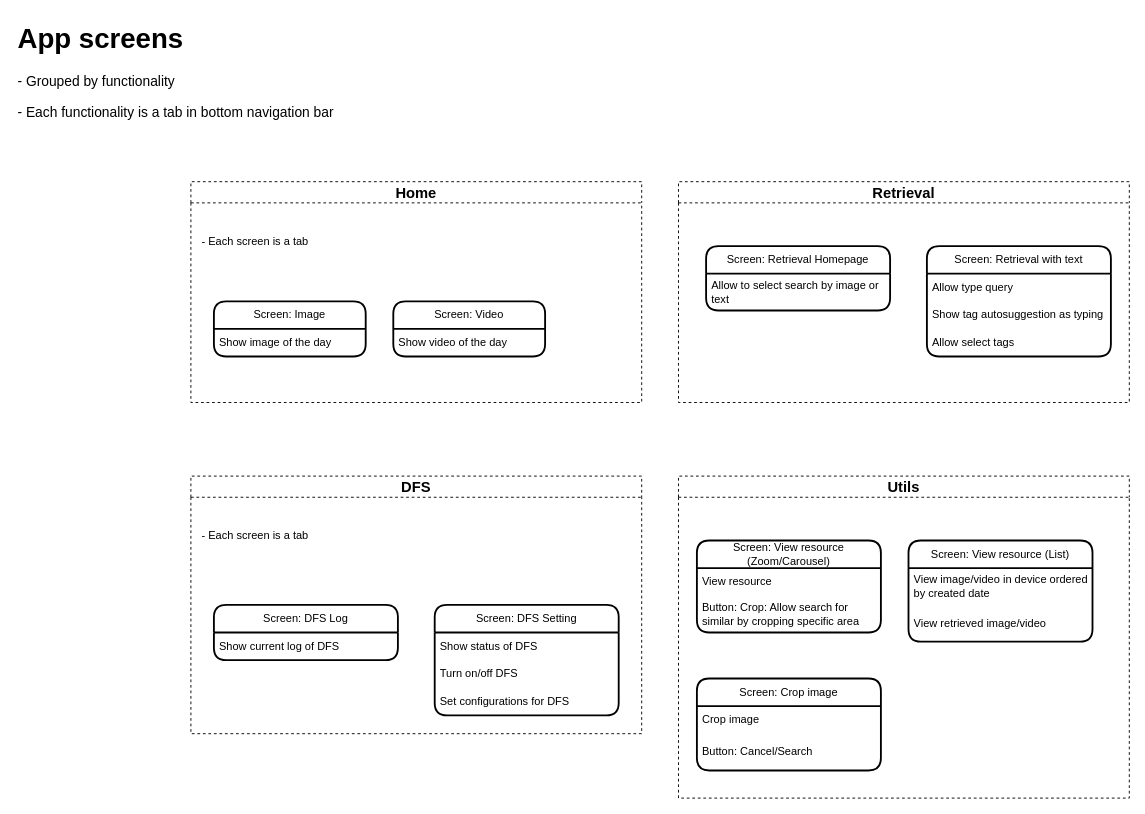
Before: page "app-routes" (2 of 7) of front-end/design.drawio in hoanghl/xbutler-document, a draw.io diagram. Source tidied: cells renumbered, new cells numbered last; positions are measured from the earlier drawing's top-left corner, leaving out a move shared by most shapes. Both pictures are drawn from the tidied source at 92%, with x=0, y=0 at pixel (16, 16).
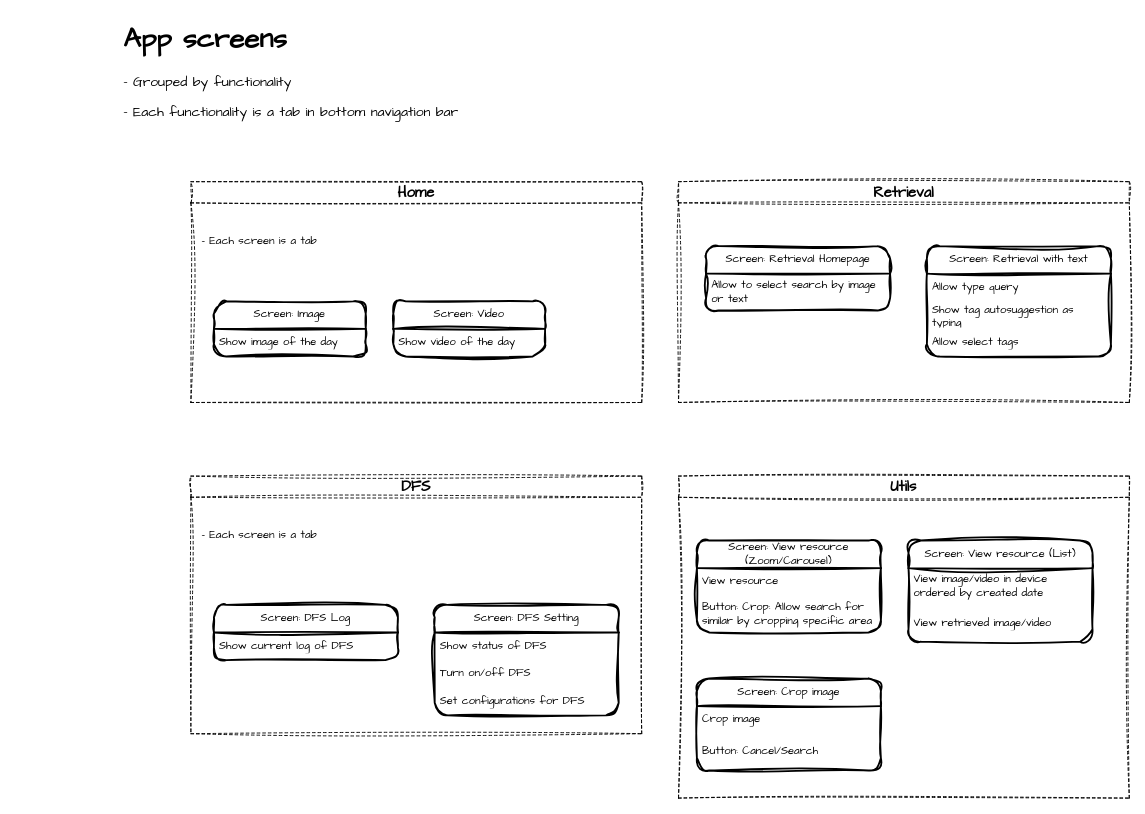
The same diagram, later.

Diff of the diagram source:
```diff
@@
-    <mxCell id="2" value="&lt;font style=&quot;font-size: 16px;&quot;&gt;DFS&lt;/font&gt;" style="swimlane;whiteSpace=wrap;html=1;strokeWidth=1;dashed=1;" parent="1" vertex="1">
+    <mxCell id="2" value="&lt;font style=&quot;font-size: 16px;&quot;&gt;DFS&lt;/font&gt;" style="swimlane;whiteSpace=wrap;html=1;strokeWidth=1;dashed=1;sketch=1;curveFitting=1;jiggle=2;fontFamily=Architects Daughter;" parent="1" vertex="1">
       <mxGeometry x="190" y="500" width="490" height="280" as="geometry" />
     </mxCell>
-    <mxCell id="3" value="Screen: DFS Log" style="swimlane;fontStyle=0;horizontal=1;startSize=30;whiteSpace=wrap;html=1;strokeWidth=2;rounded=1;" parent="2" vertex="1">
+    <mxCell id="3" value="Screen: DFS Log" style="swimlane;fontStyle=0;horizontal=1;startSize=30;whiteSpace=wrap;html=1;strokeWidth=2;rounded=1;sketch=1;curveFitting=1;jiggle=2;fontFamily=Architects Daughter;" parent="2" vertex="1">
       <mxGeometry x="25" y="140" width="200" height="60" as="geometry" />
     </mxCell>
-    <mxCell id="4" value="Show current log of DFS" style="text;strokeColor=none;fillColor=none;align=left;verticalAlign=middle;spacingLeft=4;spacingRight=4;overflow=hidden;whiteSpace=wrap;html=1;" parent="3" vertex="1">
+    <mxCell id="4" value="Show current log of DFS" style="text;strokeColor=none;fillColor=none;align=left;verticalAlign=middle;spacingLeft=4;spacingRight=4;overflow=hidden;whiteSpace=wrap;html=1;sketch=1;curveFitting=1;jiggle=2;fontFamily=Architects Daughter;" parent="3" vertex="1">
       <mxGeometry y="30" width="200" height="30" as="geometry" />
     </mxCell>
-    <mxCell id="5" value="Screen: DFS Setting" style="swimlane;fontStyle=0;horizontal=1;startSize=30;whiteSpace=wrap;html=1;strokeWidth=2;rounded=1;" parent="2" vertex="1">
+    <mxCell id="5" value="Screen: DFS Setting" style="swimlane;fontStyle=0;horizontal=1;startSize=30;whiteSpace=wrap;html=1;strokeWidth=2;rounded=1;sketch=1;curveFitting=1;jiggle=2;fontFamily=Architects Daughter;" parent="2" vertex="1">
       <mxGeometry x="265" y="140" width="200" height="120" as="geometry" />
     </mxCell>
-    <mxCell id="6" value="Show status of DFS" style="text;strokeColor=none;fillColor=none;align=left;verticalAlign=middle;spacingLeft=4;spacingRight=4;overflow=hidden;whiteSpace=wrap;html=1;" parent="5" vertex="1">
+    <mxCell id="6" value="Show status of DFS" style="text;strokeColor=none;fillColor=none;align=left;verticalAlign=middle;spacingLeft=4;spacingRight=4;overflow=hidden;whiteSpace=wrap;html=1;sketch=1;curveFitting=1;jiggle=2;fontFamily=Architects Daughter;" parent="5" vertex="1">
       <mxGeometry y="30" width="200" height="30" as="geometry" />
     </mxCell>
-    <mxCell id="7" value="Turn on/off DFS" style="text;strokeColor=none;fillColor=none;align=left;verticalAlign=middle;spacingLeft=4;spacingRight=4;overflow=hidden;whiteSpace=wrap;html=1;" parent="5" vertex="1">
+    <mxCell id="7" value="Turn on/off DFS" style="text;strokeColor=none;fillColor=none;align=left;verticalAlign=middle;spacingLeft=4;spacingRight=4;overflow=hidden;whiteSpace=wrap;html=1;sketch=1;curveFitting=1;jiggle=2;fontFamily=Architects Daughter;" parent="5" vertex="1">
       <mxGeometry y="60" width="200" height="30" as="geometry" />
     </mxCell>
-    <mxCell id="8" value="Set configurations for DFS" style="text;strokeColor=none;fillColor=none;align=left;verticalAlign=middle;spacingLeft=4;spacingRight=4;overflow=hidden;whiteSpace=wrap;html=1;" parent="5" vertex="1">
+    <mxCell id="8" value="Set configurations for DFS" style="text;strokeColor=none;fillColor=none;align=left;verticalAlign=middle;spacingLeft=4;spacingRight=4;overflow=hidden;whiteSpace=wrap;html=1;sketch=1;curveFitting=1;jiggle=2;fontFamily=Architects Daughter;" parent="5" vertex="1">
       <mxGeometry y="90" width="200" height="30" as="geometry" />
     </mxCell>
-    <mxCell id="9" value="- Each screen is a tab" style="text;html=1;align=left;verticalAlign=middle;whiteSpace=wrap;rounded=0;" parent="2" vertex="1">
+    <mxCell id="9" value="- Each screen is a tab" style="text;html=1;align=left;verticalAlign=middle;whiteSpace=wrap;rounded=0;sketch=1;curveFitting=1;jiggle=2;fontFamily=Architects Daughter;" parent="2" vertex="1">
       <mxGeometry x="10" y="30" width="470" height="70" as="geometry" />
     </mxCell>
-    <mxCell id="10" value="&lt;font style=&quot;font-size: 16px;&quot;&gt;Home&lt;/font&gt;" style="swimlane;whiteSpace=wrap;html=1;strokeWidth=1;dashed=1;" parent="1" vertex="1">
+    <mxCell id="10" value="&lt;font style=&quot;font-size: 16px;&quot;&gt;Home&lt;/font&gt;" style="swimlane;whiteSpace=wrap;html=1;strokeWidth=1;dashed=1;sketch=1;curveFitting=1;jiggle=2;fontFamily=Architects Daughter;" parent="1" vertex="1">
       <mxGeometry x="190" y="180" width="490" height="240" as="geometry" />
     </mxCell>
-    <mxCell id="11" value="Screen: Image" style="swimlane;fontStyle=0;horizontal=1;startSize=30;whiteSpace=wrap;html=1;strokeWidth=2;rounded=1;" parent="10" vertex="1">
+    <mxCell id="11" value="Screen: Image" style="swimlane;fontStyle=0;horizontal=1;startSize=30;whiteSpace=wrap;html=1;strokeWidth=2;rounded=1;sketch=1;curveFitting=1;jiggle=2;fontFamily=Architects Daughter;" parent="10" vertex="1">
       <mxGeometry x="25" y="130" width="165" height="60" as="geometry" />
     </mxCell>
-    <mxCell id="12" value="Show image of the day" style="text;strokeColor=none;fillColor=none;align=left;verticalAlign=middle;spacingLeft=4;spacingRight=4;overflow=hidden;whiteSpace=wrap;html=1;" parent="11" vertex="1">
+    <mxCell id="12" value="Show image of the day" style="text;strokeColor=none;fillColor=none;align=left;verticalAlign=middle;spacingLeft=4;spacingRight=4;overflow=hidden;whiteSpace=wrap;html=1;sketch=1;curveFitting=1;jiggle=2;fontFamily=Architects Daughter;" parent="11" vertex="1">
       <mxGeometry y="30" width="165" height="30" as="geometry" />
     </mxCell>
-    <mxCell id="13" value="Screen: Video" style="swimlane;fontStyle=0;horizontal=1;startSize=30;whiteSpace=wrap;html=1;strokeWidth=2;rounded=1;" parent="10" vertex="1">
+    <mxCell id="13" value="Screen: Video" style="swimlane;fontStyle=0;horizontal=1;startSize=30;whiteSpace=wrap;html=1;strokeWidth=2;rounded=1;sketch=1;curveFitting=1;jiggle=2;fontFamily=Architects Daughter;" parent="10" vertex="1">
       <mxGeometry x="220" y="130" width="165" height="60" as="geometry" />
     </mxCell>
-    <mxCell id="14" value="Show video of the day" style="text;strokeColor=none;fillColor=none;align=left;verticalAlign=middle;spacingLeft=4;spacingRight=4;overflow=hidden;whiteSpace=wrap;html=1;" parent="13" vertex="1">
+    <mxCell id="14" value="Show video of the day" style="text;strokeColor=none;fillColor=none;align=left;verticalAlign=middle;spacingLeft=4;spacingRight=4;overflow=hidden;whiteSpace=wrap;html=1;sketch=1;curveFitting=1;jiggle=2;fontFamily=Architects Daughter;" parent="13" vertex="1">
       <mxGeometry y="30" width="165" height="30" as="geometry" />
     </mxCell>
-    <mxCell id="15" value="- Each screen is a tab" style="text;html=1;align=left;verticalAlign=middle;whiteSpace=wrap;rounded=0;" parent="10" vertex="1">
+    <mxCell id="15" value="- Each screen is a tab" style="text;html=1;align=left;verticalAlign=middle;whiteSpace=wrap;rounded=0;sketch=1;curveFitting=1;jiggle=2;fontFamily=Architects Daughter;" parent="10" vertex="1">
       <mxGeometry x="10" y="30" width="480" height="70" as="geometry" />
     </mxCell>
-    <mxCell id="16" value="&lt;font style=&quot;font-size: 16px;&quot;&gt;Retrieval&lt;/font&gt;" style="swimlane;whiteSpace=wrap;html=1;strokeWidth=1;dashed=1;" parent="1" vertex="1">
+    <mxCell id="16" value="&lt;font style=&quot;font-size: 16px;&quot;&gt;Retrieval&lt;/font&gt;" style="swimlane;whiteSpace=wrap;html=1;strokeWidth=1;dashed=1;sketch=1;curveFitting=1;jiggle=2;fontFamily=Architects Daughter;" parent="1" vertex="1">
       <mxGeometry x="720" y="180" width="490" height="240" as="geometry" />
     </mxCell>
-    <mxCell id="17" value="Screen: Retrieval Homepage" style="swimlane;fontStyle=0;horizontal=1;startSize=30;whiteSpace=wrap;html=1;strokeWidth=2;rounded=1;" parent="16" vertex="1">
+    <mxCell id="17" value="Screen: Retrieval Homepage" style="swimlane;fontStyle=0;horizontal=1;startSize=30;whiteSpace=wrap;html=1;strokeWidth=2;rounded=1;sketch=1;curveFitting=1;jiggle=2;fontFamily=Architects Daughter;" parent="16" vertex="1">
       <mxGeometry x="30" y="70" width="200" height="70" as="geometry" />
     </mxCell>
-    <mxCell id="18" value="Allow to select search by image or text" style="text;strokeColor=none;fillColor=none;align=left;verticalAlign=middle;spacingLeft=4;spacingRight=4;overflow=hidden;whiteSpace=wrap;html=1;" parent="17" vertex="1">
+    <mxCell id="18" value="Allow to select search by image or text" style="text;strokeColor=none;fillColor=none;align=left;verticalAlign=middle;spacingLeft=4;spacingRight=4;overflow=hidden;whiteSpace=wrap;html=1;sketch=1;curveFitting=1;jiggle=2;fontFamily=Architects Daughter;" parent="17" vertex="1">
       <mxGeometry y="30" width="200" height="40" as="geometry" />
     </mxCell>
-    <mxCell id="19" value="Screen: Retrieval with text" style="swimlane;fontStyle=0;horizontal=1;startSize=30;whiteSpace=wrap;html=1;strokeWidth=2;rounded=1;" parent="16" vertex="1">
+    <mxCell id="19" value="Screen: Retrieval with text" style="swimlane;fontStyle=0;horizontal=1;startSize=30;whiteSpace=wrap;html=1;strokeWidth=2;rounded=1;sketch=1;curveFitting=1;jiggle=2;fontFamily=Architects Daughter;" parent="16" vertex="1">
       <mxGeometry x="270" y="70" width="200" height="120" as="geometry" />
     </mxCell>
-    <mxCell id="20" value="Allow type query" style="text;strokeColor=none;fillColor=none;align=left;verticalAlign=middle;spacingLeft=4;spacingRight=4;overflow=hidden;whiteSpace=wrap;html=1;" parent="19" vertex="1">
+    <mxCell id="20" value="Allow type query" style="text;strokeColor=none;fillColor=none;align=left;verticalAlign=middle;spacingLeft=4;spacingRight=4;overflow=hidden;whiteSpace=wrap;html=1;sketch=1;curveFitting=1;jiggle=2;fontFamily=Architects Daughter;" parent="19" vertex="1">
       <mxGeometry y="30" width="200" height="30" as="geometry" />
     </mxCell>
-    <mxCell id="21" value="Show tag autosuggestion as typing" style="text;strokeColor=none;fillColor=none;align=left;verticalAlign=middle;spacingLeft=4;spacingRight=4;overflow=hidden;whiteSpace=wrap;html=1;" parent="19" vertex="1">
+    <mxCell id="21" value="Show tag autosuggestion as typing" style="text;strokeColor=none;fillColor=none;align=left;verticalAlign=middle;spacingLeft=4;spacingRight=4;overflow=hidden;whiteSpace=wrap;html=1;sketch=1;curveFitting=1;jiggle=2;fontFamily=Architects Daughter;" parent="19" vertex="1">
       <mxGeometry y="60" width="200" height="30" as="geometry" />
     </mxCell>
-    <mxCell id="22" value="Allow select tags" style="text;strokeColor=none;fillColor=none;align=left;verticalAlign=middle;spacingLeft=4;spacingRight=4;overflow=hidden;whiteSpace=wrap;html=1;" parent="19" vertex="1">
+    <mxCell id="22" value="Allow select tags" style="text;strokeColor=none;fillColor=none;align=left;verticalAlign=middle;spacingLeft=4;spacingRight=4;overflow=hidden;whiteSpace=wrap;html=1;sketch=1;curveFitting=1;jiggle=2;fontFamily=Architects Daughter;" parent="19" vertex="1">
       <mxGeometry y="90" width="200" height="30" as="geometry" />
     </mxCell>
-    <mxCell id="23" value="&lt;h1 style=&quot;margin-top: 0px;&quot;&gt;App screens&lt;/h1&gt;&lt;p&gt;- Grouped by functionality&lt;/p&gt;&lt;p&gt;- Each functionality is a tab in bottom navigation bar&lt;/p&gt;" style="text;html=1;whiteSpace=wrap;overflow=hidden;rounded=0;fontSize=15;" parent="1" vertex="1">
-      <mxGeometry width="640" height="120" as="geometry" />
+    <mxCell id="23" value="&lt;h1 style=&quot;margin-top: 0px;&quot;&gt;App screens&lt;/h1&gt;&lt;p&gt;- Grouped by functionality&lt;/p&gt;&lt;p&gt;- Each functionality is a tab in bottom navigation bar&lt;/p&gt;" style="text;html=1;whiteSpace=wrap;overflow=hidden;rounded=0;fontSize=15;sketch=1;curveFitting=1;jiggle=2;fontFamily=Architects Daughter;" parent="1" vertex="1">
+      <mxGeometry x="115" width="640" height="120" as="geometry" />
     </mxCell>
-    <mxCell id="24" value="&lt;font style=&quot;font-size: 16px;&quot;&gt;Utils&lt;/font&gt;" style="swimlane;whiteSpace=wrap;html=1;strokeWidth=1;dashed=1;" parent="1" vertex="1">
+    <mxCell id="24" value="&lt;font style=&quot;font-size: 16px;&quot;&gt;Utils&lt;/font&gt;" style="swimlane;whiteSpace=wrap;html=1;strokeWidth=1;dashed=1;sketch=1;curveFitting=1;jiggle=2;fontFamily=Architects Daughter;" parent="1" vertex="1">
       <mxGeometry x="720" y="500" width="490" height="350" as="geometry" />
     </mxCell>
-    <mxCell id="25" value="Screen: View resource (Zoom/Carousel)" style="swimlane;fontStyle=0;horizontal=1;startSize=30;whiteSpace=wrap;html=1;strokeWidth=2;rounded=1;" parent="24" vertex="1">
+    <mxCell id="25" value="Screen: View resource (Zoom/Carousel)" style="swimlane;fontStyle=0;horizontal=1;startSize=30;whiteSpace=wrap;html=1;strokeWidth=2;rounded=1;sketch=1;curveFitting=1;jiggle=2;fontFamily=Architects Daughter;" parent="24" vertex="1">
       <mxGeometry x="20" y="70" width="200" height="100" as="geometry" />
     </mxCell>
-    <mxCell id="26" value="View resource" style="text;strokeColor=none;fillColor=none;align=left;verticalAlign=middle;spacingLeft=4;spacingRight=4;overflow=hidden;whiteSpace=wrap;html=1;" parent="25" vertex="1">
+    <mxCell id="26" value="View resource" style="text;strokeColor=none;fillColor=none;align=left;verticalAlign=middle;spacingLeft=4;spacingRight=4;overflow=hidden;whiteSpace=wrap;html=1;sketch=1;curveFitting=1;jiggle=2;fontFamily=Architects Daughter;" parent="25" vertex="1">
       <mxGeometry y="30" width="200" height="30" as="geometry" />
     </mxCell>
-    <mxCell id="27" value="Button: Crop: Allow search for similar by cropping specific area" style="text;strokeColor=none;fillColor=none;align=left;verticalAlign=middle;spacingLeft=4;spacingRight=4;overflow=hidden;whiteSpace=wrap;html=1;" parent="25" vertex="1">
+    <mxCell id="27" value="Button: Crop: Allow search for similar by cropping specific area" style="text;strokeColor=none;fillColor=none;align=left;verticalAlign=middle;spacingLeft=4;spacingRight=4;overflow=hidden;whiteSpace=wrap;html=1;sketch=1;curveFitting=1;jiggle=2;fontFamily=Architects Daughter;" parent="25" vertex="1">
       <mxGeometry y="60" width="200" height="40" as="geometry" />
     </mxCell>
-    <mxCell id="28" value="Screen: Crop image" style="swimlane;fontStyle=0;horizontal=1;startSize=30;whiteSpace=wrap;html=1;strokeWidth=2;rounded=1;" parent="24" vertex="1">
+    <mxCell id="28" value="Screen: Crop image" style="swimlane;fontStyle=0;horizontal=1;startSize=30;whiteSpace=wrap;html=1;strokeWidth=2;rounded=1;sketch=1;curveFitting=1;jiggle=2;fontFamily=Architects Daughter;" parent="24" vertex="1">
       <mxGeometry x="20" y="220" width="200" height="100" as="geometry" />
     </mxCell>
-    <mxCell id="29" value="Crop image" style="text;strokeColor=none;fillColor=none;align=left;verticalAlign=middle;spacingLeft=4;spacingRight=4;overflow=hidden;whiteSpace=wrap;html=1;" parent="28" vertex="1">
+    <mxCell id="29" value="Crop image" style="text;strokeColor=none;fillColor=none;align=left;verticalAlign=middle;spacingLeft=4;spacingRight=4;overflow=hidden;whiteSpace=wrap;html=1;sketch=1;curveFitting=1;jiggle=2;fontFamily=Architects Daughter;" parent="28" vertex="1">
       <mxGeometry y="30" width="200" height="30" as="geometry" />
     </mxCell>
-    <mxCell id="30" value="Button: Cancel/Search" style="text;strokeColor=none;fillColor=none;align=left;verticalAlign=middle;spacingLeft=4;spacingRight=4;overflow=hidden;whiteSpace=wrap;html=1;" parent="28" vertex="1">
+    <mxCell id="30" value="Button: Cancel/Search" style="text;strokeColor=none;fillColor=none;align=left;verticalAlign=middle;spacingLeft=4;spacingRight=4;overflow=hidden;whiteSpace=wrap;html=1;sketch=1;curveFitting=1;jiggle=2;fontFamily=Architects Daughter;" parent="28" vertex="1">
       <mxGeometry y="60" width="200" height="40" as="geometry" />
     </mxCell>
-    <mxCell id="31" value="Screen: View resource (List)" style="swimlane;fontStyle=0;horizontal=1;startSize=30;whiteSpace=wrap;html=1;strokeWidth=2;rounded=1;" parent="24" vertex="1">
+    <mxCell id="31" value="Screen: View resource (List)" style="swimlane;fontStyle=0;horizontal=1;startSize=30;whiteSpace=wrap;html=1;strokeWidth=2;rounded=1;sketch=1;curveFitting=1;jiggle=2;fontFamily=Architects Daughter;" parent="24" vertex="1">
       <mxGeometry x="250" y="70" width="200" height="110" as="geometry" />
     </mxCell>
-    <mxCell id="32" value="View image/video in device ordered by created date" style="text;strokeColor=none;fillColor=none;align=left;verticalAlign=middle;spacingLeft=4;spacingRight=4;overflow=hidden;whiteSpace=wrap;html=1;" parent="31" vertex="1">
+    <mxCell id="32" value="View image/video in device ordered by created date" style="text;strokeColor=none;fillColor=none;align=left;verticalAlign=middle;spacingLeft=4;spacingRight=4;overflow=hidden;whiteSpace=wrap;html=1;sketch=1;curveFitting=1;jiggle=2;fontFamily=Architects Daughter;" parent="31" vertex="1">
       <mxGeometry y="30" width="200" height="40" as="geometry" />
     </mxCell>
-    <mxCell id="33" value="View retrieved image/video" style="text;strokeColor=none;fillColor=none;align=left;verticalAlign=middle;spacingLeft=4;spacingRight=4;overflow=hidden;whiteSpace=wrap;html=1;" parent="31" vertex="1">
+    <mxCell id="33" value="View retrieved image/video" style="text;strokeColor=none;fillColor=none;align=left;verticalAlign=middle;spacingLeft=4;spacingRight=4;overflow=hidden;whiteSpace=wrap;html=1;sketch=1;curveFitting=1;jiggle=2;fontFamily=Architects Daughter;" parent="31" vertex="1">
       <mxGeometry y="70" width="200" height="40" as="geometry" />
     </mxCell>
```
